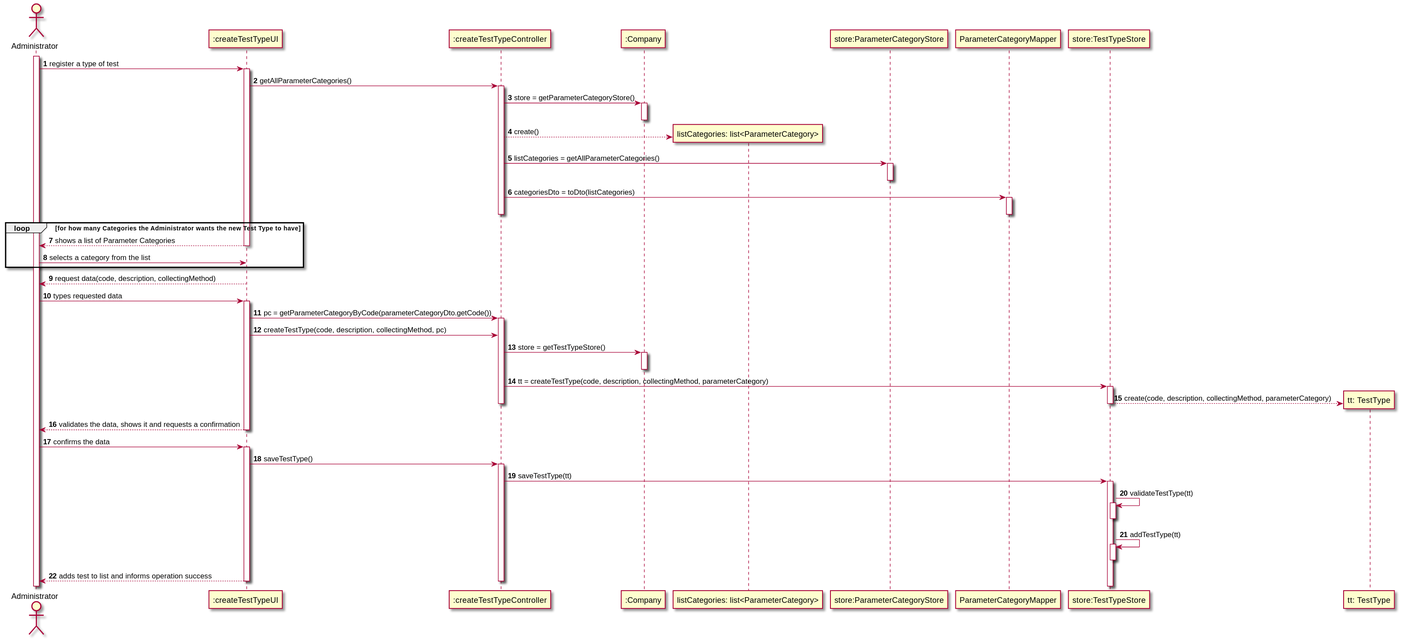
0franciscor/lei-21-s2-1de-g19 keeps this PlantUML diagram as docs/SprintC/US09/US09-SD.svg. Above is the earlier version.
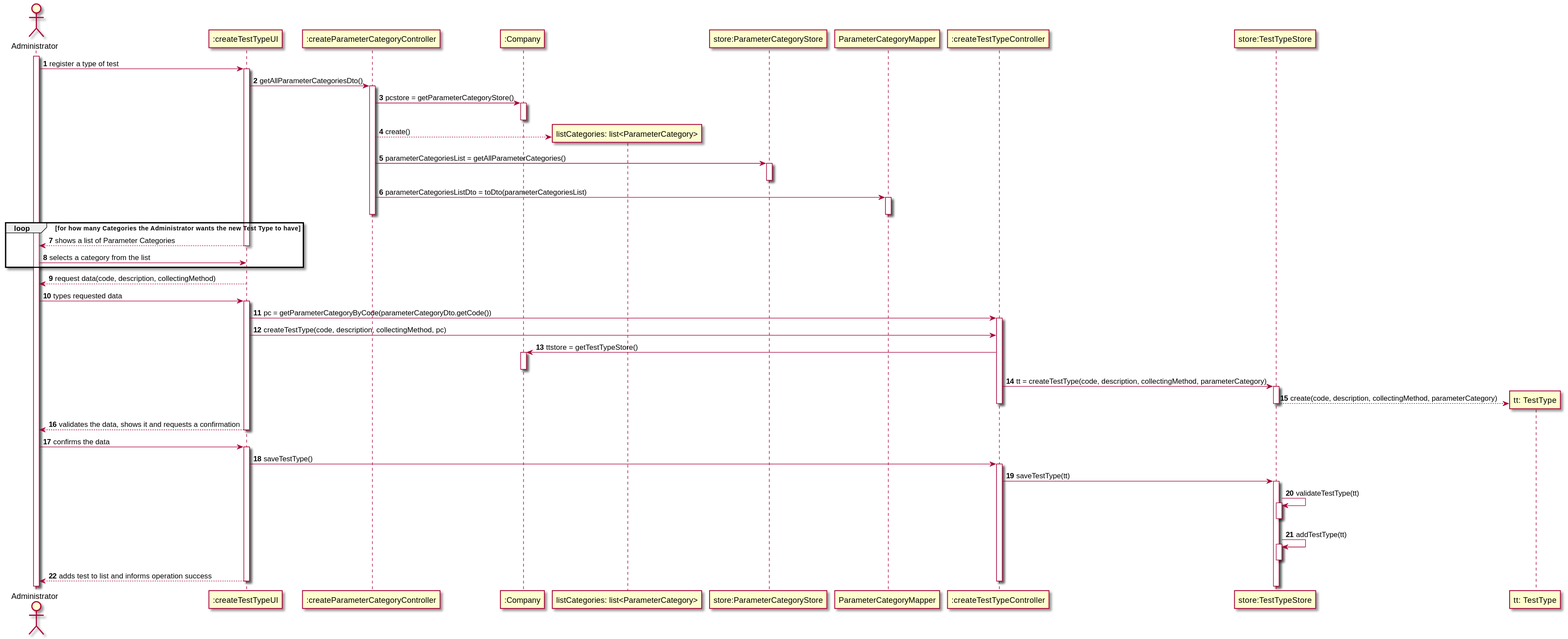
After the commit.

Commit message:
[US09] - Alteração dos diagramas (SSD e SD) referentes à US9

Change to the diagram source:
```diff
@@ -7,28 +7,28 @@
 
 
 activate ":createTestTypeUI"
-":createTestTypeUI" -> ":createTestTypeController": getAllParameterCategories()
+":createTestTypeUI" -> ":createParameterCategoryController": getAllParameterCategoriesDto()
 
 
-activate ":createTestTypeController"
-":createTestTypeController" -> ":Company": store = getParameterCategoryStore()
+activate ":createParameterCategoryController"
+":createParameterCategoryController" -> ":Company": pcstore = getParameterCategoryStore()
 activate ":Company"
 deactivate ":Company"
 
 
 create "listCategories: list<ParameterCategory>"
-":createTestTypeController" --> "listCategories: list<ParameterCategory>": create()
+":createParameterCategoryController" --> "listCategories: list<ParameterCategory>": create()
 
 
-":createTestTypeController" -> "store:ParameterCategoryStore": listCategories = getAllParameterCategories()
+":createParameterCategoryController" -> "store:ParameterCategoryStore": parameterCategoriesList = getAllParameterCategories()
 activate "store:ParameterCategoryStore"
 deactivate "store:ParameterCategoryStore"
 
 
-":createTestTypeController" -> "ParameterCategoryMapper": categoriesDto = toDto(listCategories)
+":createParameterCategoryController" -> "ParameterCategoryMapper": parameterCategoriesListDto = toDto(parameterCategoriesList)
 activate "ParameterCategoryMapper"
 deactivate "ParameterCategoryMapper"
-deactivate ":createTestTypeController"
+deactivate ":createParameterCategoryController"
 
 loop for how many Categories the Administrator wants the new Test Type to have
 ":createTestTypeUI" --> admin: shows a list of Parameter Categories
@@ -47,7 +47,7 @@
 activate ":createTestTypeController"
 ":createTestTypeUI" -> ":createTestTypeController": createTestType(code, description, collectingMethod, pc)
 
-":createTestTypeController" -> ":Company" : store = getTestTypeStore()
+":createTestTypeController" -> ":Company" : ttstore = getTestTypeStore()
 activate ":Company"
 deactivate ":Company"
 ":createTestTypeController" -> "store:TestTypeStore" : tt = createTestType(code, description, collectingMethod, parameterCategory)
```
